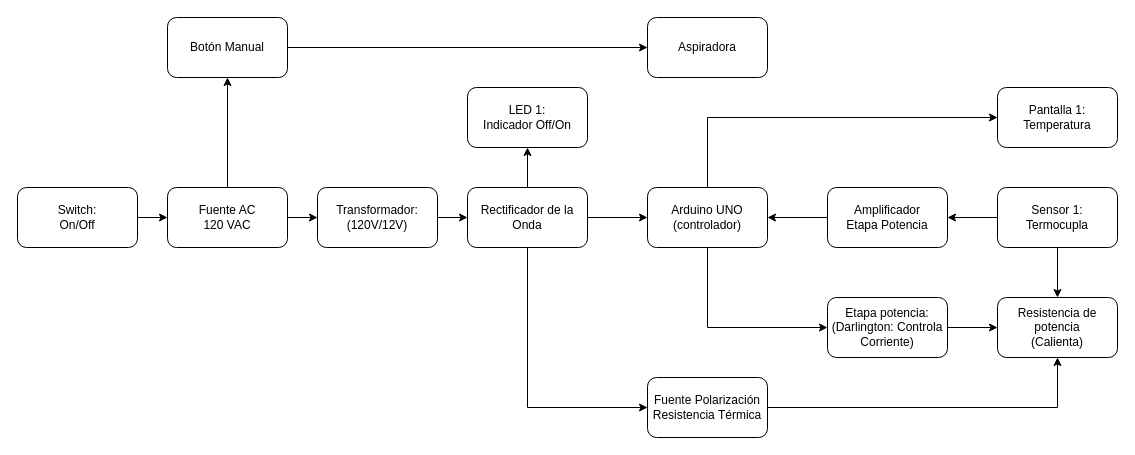
Above: Termoformadora.drawio in LeonardoUAndes/Analoga (draw.io), before the change. Source tidied: cells renumbered, new cells numbered last; positions are measured from the earlier drawing's top-left corner, leaving out a move shared by most shapes. Both pictures are drawn from the tidied source at 100%, with x=0, y=0 at pixel (17, 17).
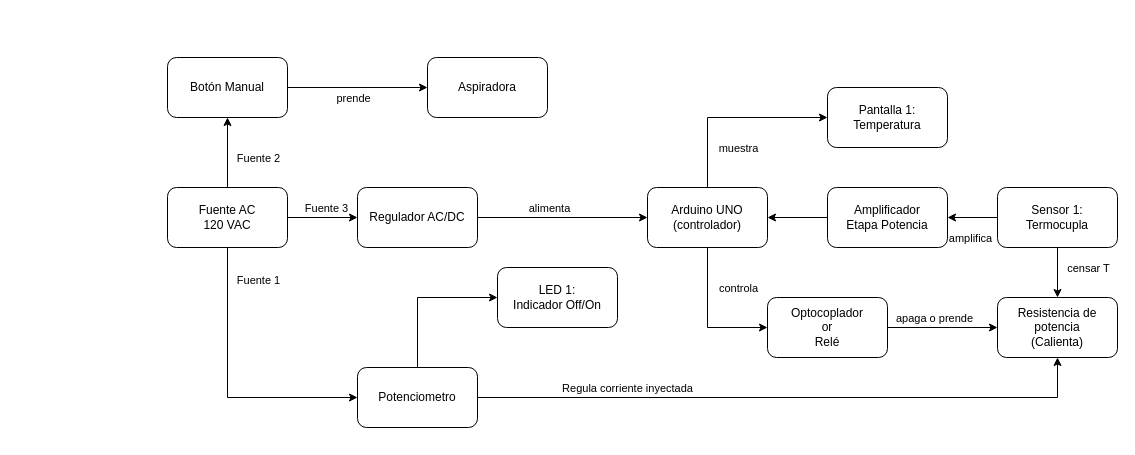
Above is the later version.

The change refers to these unchanged cells:
```xml
<mxCell id="5" style="edgeStyle=orthogonalEdgeStyle;rounded=0;jettySize=auto;html=1;exitX=0.5;exitY=0;exitDx=0;exitDy=0;" parent="1" edge="1" source="7" target="28">
  <mxGeometry relative="1" as="geometry" />
</mxCell>
<mxCell id="7" value="Fuente AC&lt;div&gt;120 VAC&lt;/div&gt;" style="rounded=1;whiteSpace=wrap;html=1;" parent="1" vertex="1">
  <mxGeometry x="150" y="170" width="120" height="60" as="geometry" />
</mxCell>
<mxCell id="8" style="edgeStyle=orthogonalEdgeStyle;rounded=0;jettySize=auto;html=1;" parent="1" edge="1" source="10" target="13">
  <mxGeometry relative="1" as="geometry" />
</mxCell>
<mxCell id="11" style="edgeStyle=orthogonalEdgeStyle;rounded=0;jettySize=auto;html=1;" parent="1" edge="1" source="13" target="22">
  <mxGeometry relative="1" as="geometry">
    <Array as="points">
      <mxPoint x="690" y="310" />
    </Array>
  </mxGeometry>
</mxCell>
<mxCell id="12" style="edgeStyle=orthogonalEdgeStyle;rounded=0;jettySize=auto;html=1;entryX=0;entryY=0.5;entryDx=0;entryDy=0;" parent="1" edge="1" source="13" target="25">
  <mxGeometry relative="1" as="geometry">
    <Array as="points">
      <mxPoint x="690" y="100" />
    </Array>
  </mxGeometry>
</mxCell>
<mxCell id="15" style="edgeStyle=orthogonalEdgeStyle;rounded=0;jettySize=auto;html=1;" parent="1" edge="1" source="17" target="20">
  <mxGeometry relative="1" as="geometry" />
</mxCell>
<mxCell id="16" style="edgeStyle=orthogonalEdgeStyle;rounded=0;jettySize=auto;html=1;" parent="1" edge="1" source="17" target="18">
  <mxGeometry relative="1" as="geometry" />
</mxCell>
<mxCell id="18" value="Resistencia de potencia&lt;div&gt;(Calienta)&lt;/div&gt;" style="rounded=1;whiteSpace=wrap;html=1;" parent="1" vertex="1">
  <mxGeometry x="980" y="280" width="120" height="60" as="geometry" />
</mxCell>
<mxCell id="21" style="edgeStyle=orthogonalEdgeStyle;rounded=0;jettySize=auto;html=1;" parent="1" edge="1" source="22" target="18">
  <mxGeometry relative="1" as="geometry" />
</mxCell>
<mxCell id="27" style="edgeStyle=orthogonalEdgeStyle;rounded=0;jettySize=auto;html=1;exitX=1;exitY=0.5;exitDx=0;exitDy=0;entryX=0;entryY=0.5;entryDx=0;entryDy=0;" parent="1" edge="1" source="28" target="14">
  <mxGeometry relative="1" as="geometry" />
</mxCell>
```

The edit, as a diff of the source:
```diff
@@
-    <mxCell id="2" style="edgeStyle=orthogonalEdgeStyle;rounded=0;jettySize=auto;html=1;" parent="1" edge="1" source="3" target="18">
-      <mxGeometry relative="1" as="geometry" />
-    </mxCell>
-    <mxCell id="3" value="Fuente Polarización Resistencia Térmica" style="rounded=1;whiteSpace=wrap;html=1;" parent="1" vertex="1">
-      <mxGeometry x="630" y="360" width="120" height="60" as="geometry" />
-    </mxCell>
-    <mxCell id="4" style="edgeStyle=orthogonalEdgeStyle;rounded=0;jettySize=auto;html=1;entryX=0;entryY=0.5;entryDx=0;entryDy=0;exitX=0.5;exitY=1;exitDx=0;exitDy=0;" parent="1" edge="1" source="10" target="3">
-      <mxGeometry relative="1" as="geometry">
-        <Array as="points">
-          <mxPoint x="510" y="390" />
-        </Array>
-      </mxGeometry>
-    </mxCell>
@@
+    <mxCell id="31" value="Fuente 2" style="edgeLabel;html=1;align=center;verticalAlign=middle;" parent="5" vertex="1">
+      <mxGeometry x="-0.15" relative="1" as="geometry">
+        <mxPoint x="30" as="offset" />
+      </mxGeometry>
+    </mxCell>
-    <mxCell id="6" style="edgeStyle=orthogonalEdgeStyle;rounded=0;jettySize=auto;html=1;" parent="1" edge="1" source="7" target="30">
+    <mxCell id="6" style="edgeStyle=orthogonalEdgeStyle;rounded=0;jettySize=auto;html=1;entryX=0;entryY=0.5;entryDx=0;entryDy=0;" parent="1" edge="1" source="7" target="10">
       <mxGeometry relative="1" as="geometry" />
     </mxCell>
+    <mxCell id="32" value="Fuente 3" style="edgeLabel;html=1;align=center;verticalAlign=middle;" parent="6" vertex="1">
+      <mxGeometry x="0.09" y="-1" relative="1" as="geometry">
+        <mxPoint y="-11" as="offset" />
+      </mxGeometry>
+    </mxCell>
+    <mxCell id="33" style="edgeStyle=orthogonalEdgeStyle;rounded=0;jettySize=auto;html=1;entryX=0;entryY=0.5;entryDx=0;entryDy=0;" parent="1" edge="1" source="7" target="45">
+      <mxGeometry relative="1" as="geometry">
+        <Array as="points">
+          <mxPoint x="210" y="380" />
+        </Array>
+      </mxGeometry>
+    </mxCell>
+    <mxCell id="34" value="Fuente 1" style="edgeLabel;html=1;align=center;verticalAlign=middle;" parent="33" vertex="1">
+      <mxGeometry x="-0.75" y="-4" relative="1" as="geometry">
+        <mxPoint x="34" y="-3" as="offset" />
+      </mxGeometry>
+    </mxCell>
@@
-    <mxCell id="9" style="edgeStyle=orthogonalEdgeStyle;rounded=0;jettySize=auto;html=1;" parent="1" edge="1" source="10" target="26">
-      <mxGeometry relative="1" as="geometry" />
-    </mxCell>
+    <mxCell id="35" value="alimenta" style="edgeLabel;html=1;align=center;verticalAlign=middle;" parent="8" vertex="1">
+      <mxGeometry x="-0.17" y="2" relative="1" as="geometry">
+        <mxPoint y="-8" as="offset" />
+      </mxGeometry>
+    </mxCell>
-    <mxCell id="10" value="Rectificador de la Onda" style="rounded=1;whiteSpace=wrap;html=1;" parent="1" vertex="1">
-      <mxGeometry x="450" y="170" width="120" height="60" as="geometry" />
+    <mxCell id="10" value="Regulador AC/DC" style="rounded=1;whiteSpace=wrap;html=1;" parent="1" vertex="1">
+      <mxGeometry x="340" y="170" width="120" height="60" as="geometry" />
     </mxCell>
@@
+    <mxCell id="36" value="controla" style="edgeLabel;html=1;align=center;verticalAlign=middle;" parent="11" vertex="1">
+      <mxGeometry x="-0.1" y="2" relative="1" as="geometry">
+        <mxPoint x="28" y="-23" as="offset" />
+      </mxGeometry>
+    </mxCell>
@@
+    <mxCell id="37" value="muestra" style="edgeLabel;html=1;align=center;verticalAlign=middle;" parent="12" vertex="1">
+      <mxGeometry x="-0.55" y="-3" relative="1" as="geometry">
+        <mxPoint x="27" y="3" as="offset" />
+      </mxGeometry>
+    </mxCell>
@@
     <mxCell id="14" value="Aspiradora" style="rounded=1;whiteSpace=wrap;html=1;" parent="1" vertex="1">
-      <mxGeometry x="630" width="120" height="60" as="geometry" />
+      <mxGeometry x="410" y="40" width="120" height="60" as="geometry" />
     </mxCell>
@@
+    <mxCell id="38" value="amplifica" style="edgeLabel;html=1;align=center;verticalAlign=middle;" parent="15" vertex="1">
+      <mxGeometry x="0.12" y="-1" relative="1" as="geometry">
+        <mxPoint y="21" as="offset" />
+      </mxGeometry>
+    </mxCell>
@@
+    <mxCell id="39" value="censar T" style="edgeLabel;html=1;align=center;verticalAlign=middle;" parent="16" vertex="1">
+      <mxGeometry x="0.32" relative="1" as="geometry">
+        <mxPoint x="30" y="-13" as="offset" />
+      </mxGeometry>
+    </mxCell>
@@
+    <mxCell id="40" value="apaga o prende" style="edgeLabel;html=1;align=center;verticalAlign=middle;" parent="21" vertex="1">
+      <mxGeometry x="-0.36" y="3" relative="1" as="geometry">
+        <mxPoint x="11" y="-7" as="offset" />
+      </mxGeometry>
+    </mxCell>
-    <mxCell id="22" value="Etapa potencia:&lt;div&gt;(Darlington: Controla Corriente)&lt;/div&gt;" style="rounded=1;whiteSpace=wrap;html=1;" parent="1" vertex="1">
-      <mxGeometry x="810" y="280" width="120" height="60" as="geometry" />
+    <mxCell id="22" value="&lt;div&gt;Optocoplador&lt;/div&gt;&lt;div&gt;or&lt;/div&gt;&lt;div&gt;Relé&lt;br&gt;&lt;/div&gt;" style="rounded=1;whiteSpace=wrap;html=1;" parent="1" vertex="1">
+      <mxGeometry x="750" y="280" width="120" height="60" as="geometry" />
     </mxCell>
-    <mxCell id="23" style="edgeStyle=orthogonalEdgeStyle;rounded=0;jettySize=auto;html=1;" parent="1" edge="1" source="24" target="7">
-      <mxGeometry relative="1" as="geometry" />
-    </mxCell>
-    <mxCell id="24" value="&lt;div&gt;Switch:&lt;/div&gt;On/Off" style="rounded=1;whiteSpace=wrap;html=1;" parent="1" vertex="1">
-      <mxGeometry y="170" width="120" height="60" as="geometry" />
-    </mxCell>
     <mxCell id="25" value="Pantalla 1:&lt;div&gt;Temperatura&lt;/div&gt;" style="rounded=1;whiteSpace=wrap;html=1;" parent="1" vertex="1">
-      <mxGeometry x="980" y="70" width="120" height="60" as="geometry" />
+      <mxGeometry x="810" y="70" width="120" height="60" as="geometry" />
     </mxCell>
     <mxCell id="26" value="&lt;div&gt;LED 1:&lt;/div&gt;Indicador Off/On" style="rounded=1;whiteSpace=wrap;html=1;" parent="1" vertex="1">
-      <mxGeometry x="450" y="70" width="120" height="60" as="geometry" />
+      <mxGeometry x="480" y="250" width="120" height="60" as="geometry" />
     </mxCell>
@@
+    <mxCell id="41" value="prende" style="edgeLabel;html=1;align=center;verticalAlign=middle;" parent="27" vertex="1">
+      <mxGeometry x="-0.07" y="-4" relative="1" as="geometry">
+        <mxPoint y="6" as="offset" />
+      </mxGeometry>
+    </mxCell>
     <mxCell id="28" value="Botón Manual" style="rounded=1;whiteSpace=wrap;html=1;" parent="1" vertex="1">
-      <mxGeometry x="150" width="120" height="60" as="geometry" />
+      <mxGeometry x="150" y="40" width="120" height="60" as="geometry" />
     </mxCell>
-    <mxCell id="29" style="edgeStyle=orthogonalEdgeStyle;rounded=0;jettySize=auto;html=1;" parent="1" edge="1" source="30" target="10">
-      <mxGeometry relative="1" as="geometry" />
-    </mxCell>
-    <mxCell id="30" value="Transformador:&lt;div&gt;(120V/12V)&lt;/div&gt;" style="rounded=1;whiteSpace=wrap;html=1;" parent="1" vertex="1">
-      <mxGeometry x="300" y="170" width="120" height="60" as="geometry" />
-    </mxCell>
+    <mxCell id="42" style="edgeStyle=orthogonalEdgeStyle;rounded=0;jettySize=auto;html=1;entryX=0;entryY=0.5;entryDx=0;entryDy=0;" parent="1" edge="1" source="45" target="26">
+      <mxGeometry relative="1" as="geometry">
+        <Array as="points">
+          <mxPoint x="400" y="280" />
+        </Array>
+      </mxGeometry>
+    </mxCell>
+    <mxCell id="43" style="edgeStyle=orthogonalEdgeStyle;rounded=0;jettySize=auto;html=1;entryX=0.5;entryY=1;entryDx=0;entryDy=0;" parent="1" edge="1" source="45" target="18">
+      <mxGeometry relative="1" as="geometry" />
+    </mxCell>
+    <mxCell id="44" value="Regula corriente inyectada" style="edgeLabel;html=1;align=center;verticalAlign=middle;" parent="43" vertex="1">
+      <mxGeometry x="-0.33" y="-3" relative="1" as="geometry">
+        <mxPoint x="-59" y="-13" as="offset" />
+      </mxGeometry>
+    </mxCell>
+    <mxCell id="45" value="Potenciometro" style="rounded=1;whiteSpace=wrap;html=1;" parent="1" vertex="1">
+      <mxGeometry x="340" y="350" width="120" height="60" as="geometry" />
+    </mxCell>
```
